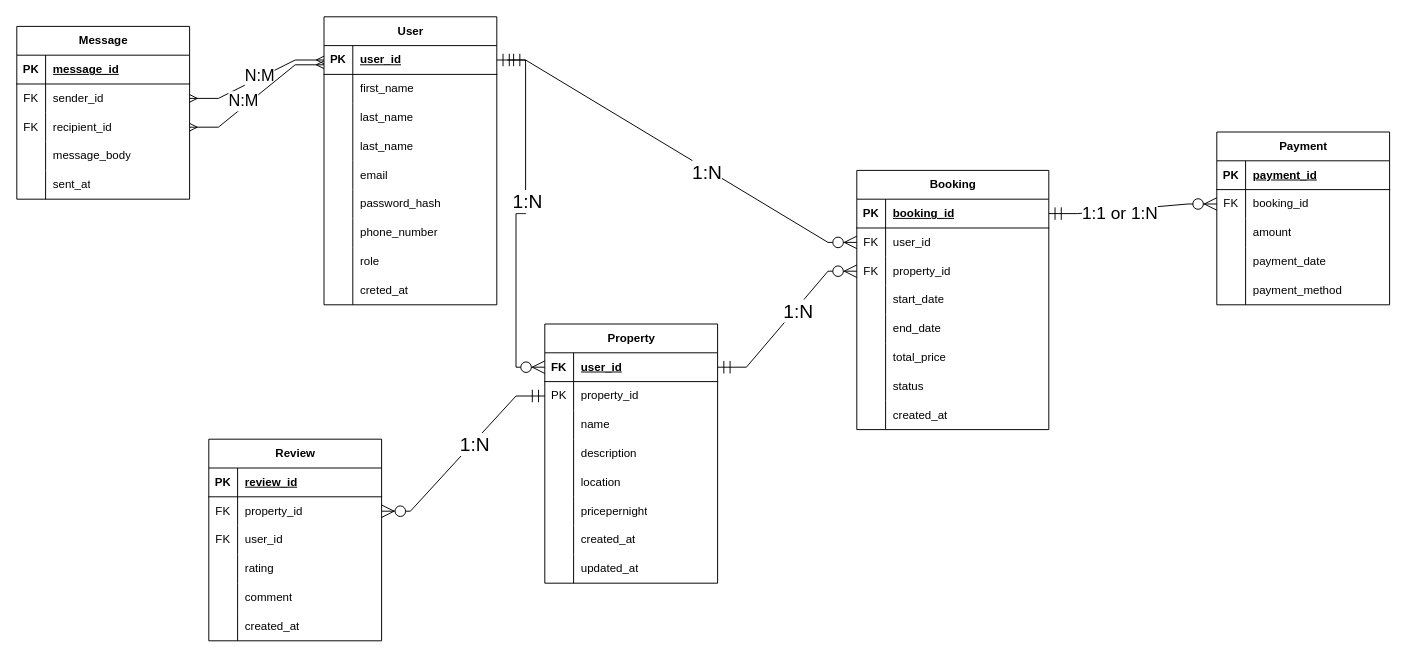
Before: ERDALX.drawio in snipher-marube/airbnb-clone-project, a draw.io diagram. Source tidied: cells renumbered, new cells numbered last; positions are measured from the earlier drawing's top-left corner, leaving out a move shared by most shapes. Both pictures are drawn from the tidied source at 96%, with x=0, y=0 at pixel (16, 16).
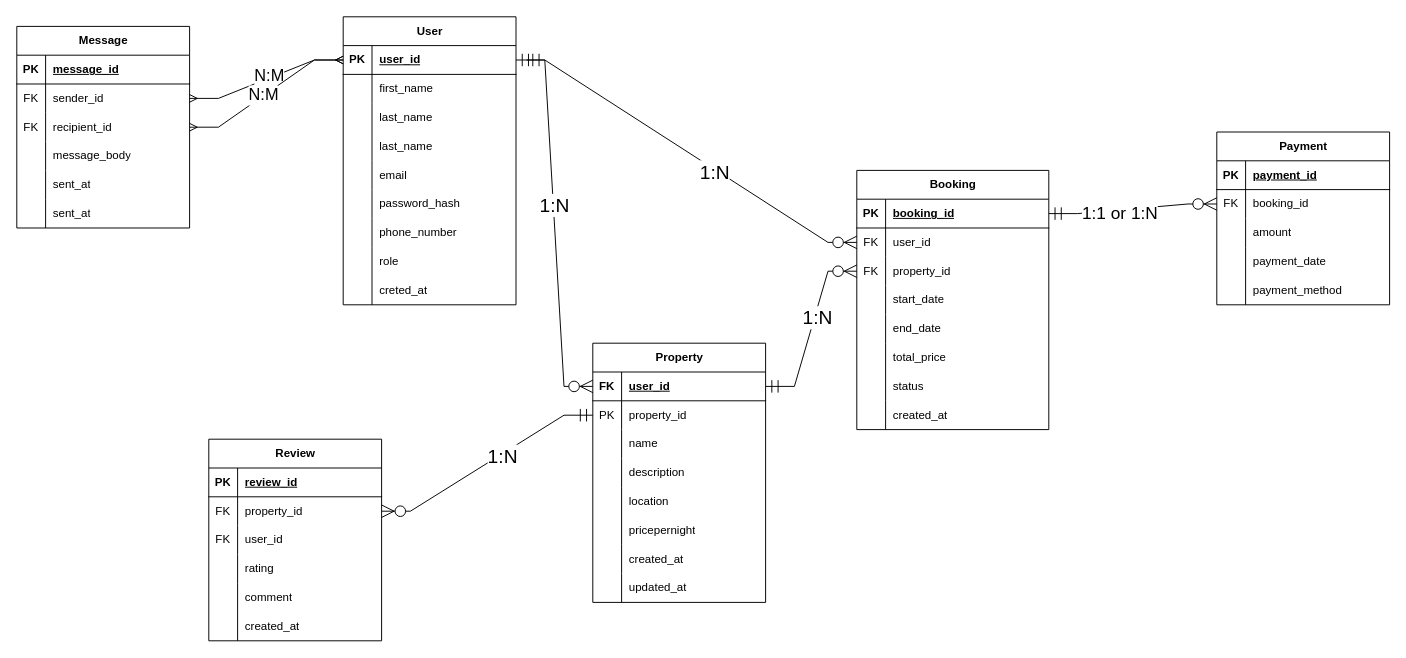
The same page after the edit.

Unchanged cells that the change refers to:
```xml
<mxCell id="3" style="shape=tableRow;horizontal=0;startSize=0;swimlaneHead=0;swimlaneBody=0;fillColor=none;points=[[0,0.5],[1,0.5]];portConstraint=eastwest;top=0;left=0;right=0;bottom=1;" parent="2" vertex="1">
  <mxGeometry y="30" width="180" height="30" as="geometry" />
</mxCell>
<mxCell id="97" style="shape=tableRow;horizontal=0;startSize=0;swimlaneHead=0;swimlaneBody=0;fillColor=none;points=[[0,0.5],[1,0.5]];portConstraint=eastwest;top=0;left=0;right=0;bottom=0;" parent="90" vertex="1">
  <mxGeometry y="90" width="180" height="30" as="geometry" />
</mxCell>
```

The edit, as a diff of the source:
```diff
@@
     <mxCell id="2" value="User" style="shape=table;startSize=30;childLayout=tableLayout;rowLines=0;fontStyle=1;align=center;html=1;" parent="1" vertex="1">
-      <mxGeometry x="320" width="180" height="300" as="geometry" />
+      <mxGeometry x="340" width="180" height="300" as="geometry" />
     </mxCell>
@@
     <mxCell id="30" value="Property" style="shape=table;startSize=30;childLayout=tableLayout;rowLines=0;fontStyle=1;align=center;html=1;" parent="1" vertex="1">
-      <mxGeometry x="550" y="320" width="180" height="270" as="geometry" />
+      <mxGeometry x="600" y="340" width="180" height="270" as="geometry" />
     </mxCell>
@@
     <mxCell id="90" value="Message" style="shape=table;startSize=30;childLayout=tableLayout;rowLines=0;fontStyle=1;align=center;html=1;" parent="1" vertex="1">
-      <mxGeometry y="10" width="180" height="180" as="geometry" />
+      <mxGeometry y="10" width="180" height="210" as="geometry" />
     </mxCell>
@@
+    <mxCell id="145" style="shape=tableRow;horizontal=0;startSize=0;swimlaneHead=0;swimlaneBody=0;fillColor=none;top=0;left=0;right=0;bottom=0;" parent="90" vertex="1">
+      <mxGeometry y="180" width="180" height="30" as="geometry" />
+    </mxCell>
+    <mxCell id="146" style="shape=partialRectangle;fillColor=none;top=0;left=0;bottom=0;right=0;overflow=hidden;whiteSpace=wrap;html=1;" parent="145" vertex="1">
+      <mxGeometry width="30" height="30" as="geometry" />
+    </mxCell>
+    <mxCell id="147" value="sent_at" style="shape=partialRectangle;fillColor=none;top=0;left=0;bottom=0;right=0;align=left;spacingLeft=6;overflow=hidden;whiteSpace=wrap;html=1;" parent="145" vertex="1">
+      <mxGeometry x="30" width="150" height="30" as="geometry" />
+    </mxCell>
@@
-    <mxCell id="143" style="edgeStyle=entityRelationEdgeStyle;fontSize=12;html=1;endArrow=ERmany;startArrow=ERmany;rounded=0;" parent="1" edge="1" source="97">
-      <mxGeometry relative="1" as="geometry">
-        <mxPoint x="320" y="50" as="targetPoint" />
-      </mxGeometry>
+    <mxCell id="143" style="edgeStyle=entityRelationEdgeStyle;fontSize=12;html=1;endArrow=ERmany;startArrow=ERmany;rounded=0;" parent="1" edge="1" source="97" target="3">
+      <mxGeometry relative="1" as="geometry" />
     </mxCell>
     <mxCell id="144" value="&lt;font style=&quot;font-size: 17px;&quot;&gt;N:M&lt;/font&gt;" style="edgeLabel;html=1;align=center;verticalAlign=middle;" parent="143" vertex="1">
-      <mxGeometry x="-0.17" y="6" relative="1" as="geometry">
-        <mxPoint y="1" as="offset" />
-      </mxGeometry>
+      <mxGeometry x="-0.04" y="1" relative="1" as="geometry" />
     </mxCell>
```
